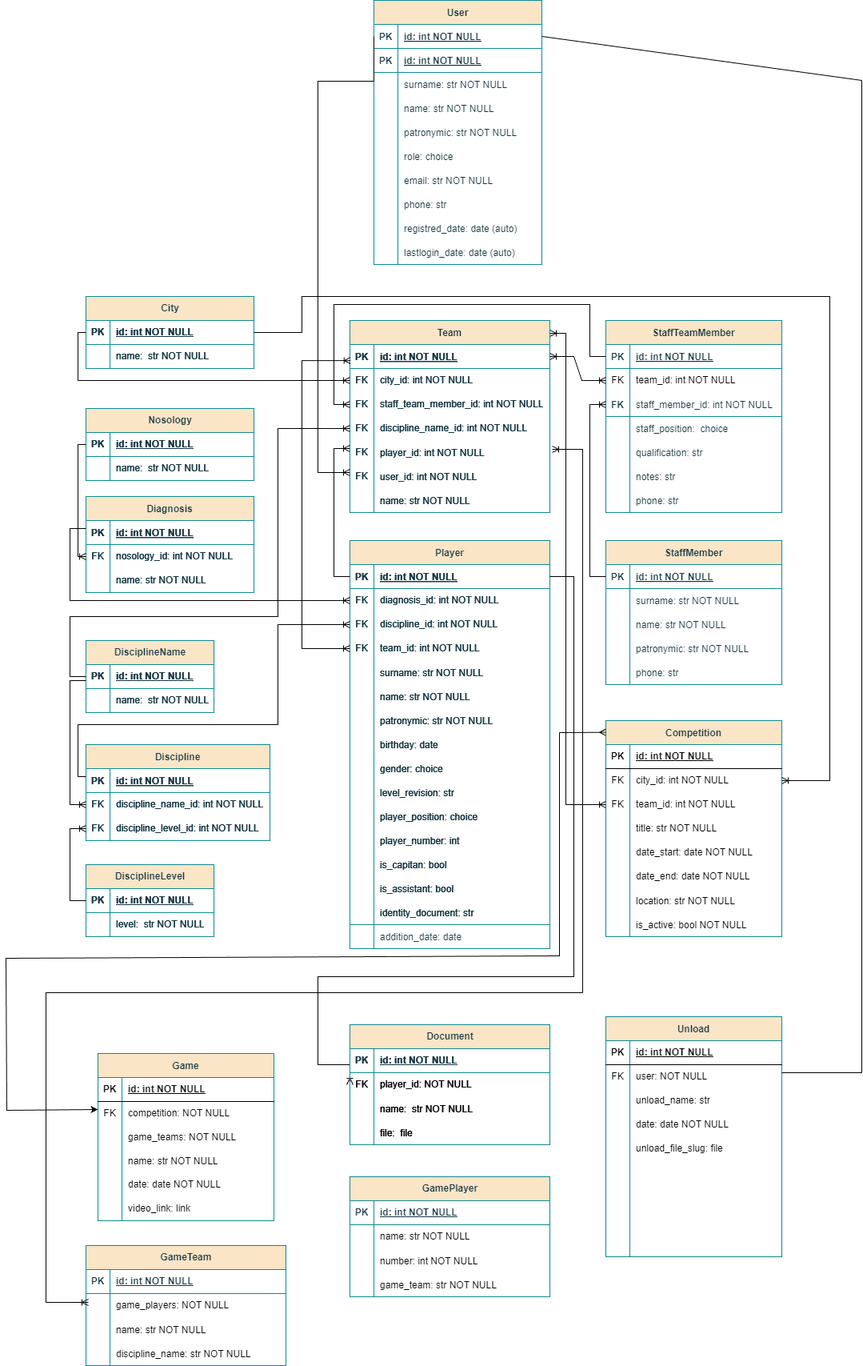
Studio-Yandex-Practicum/adaptive_hockey_federation keeps this draw.io diagram as docs/ER_Diagram.drawio.png. Above is the earlier version. Source tidied: cells renumbered, new cells last; positions are measured from the earlier drawing's top-left corner, leaving out a move shared by most shapes.
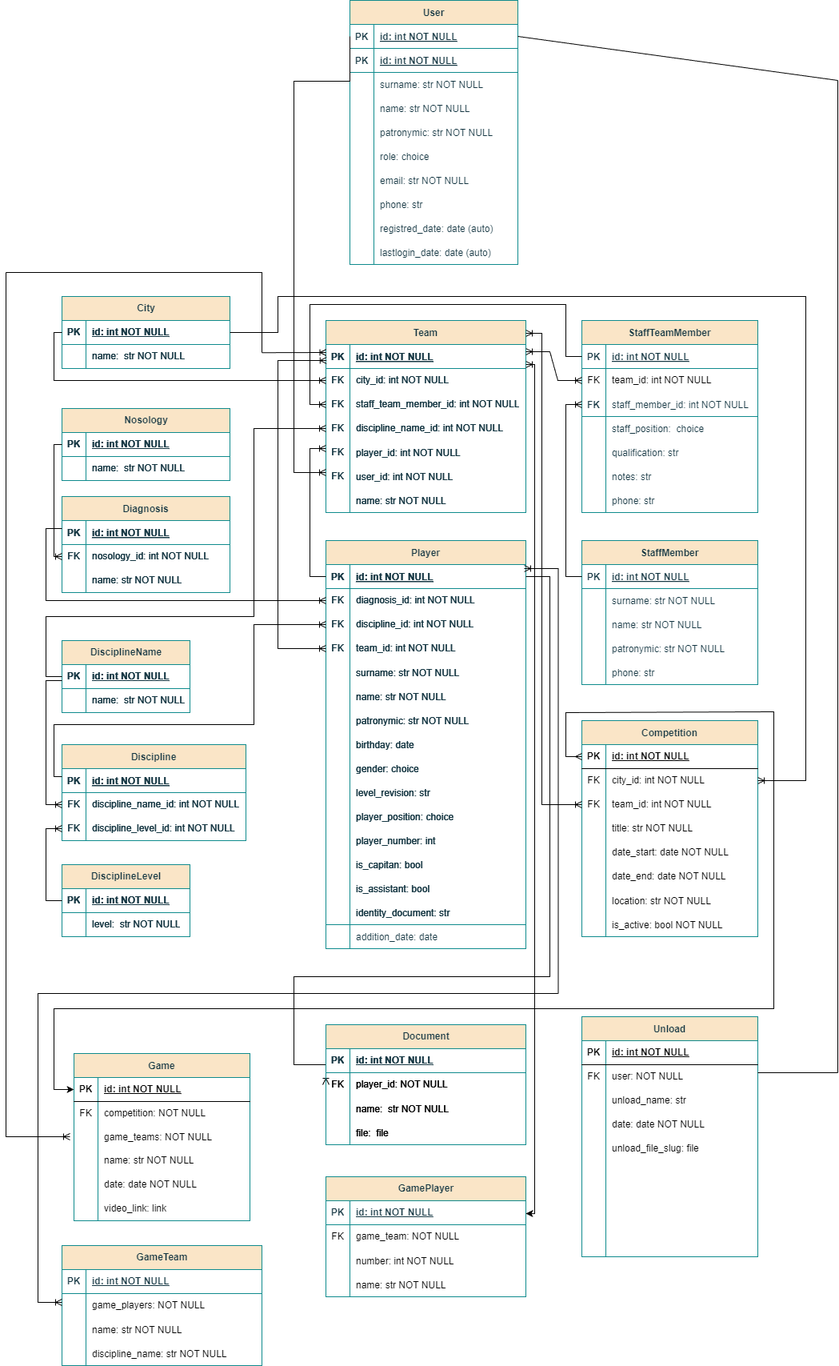
Above is the later version.

What changed in the source:
```diff
@@ -1677,12 +1677,20 @@
     <mxCell id="501" style="shape=partialRectangle;fillColor=none;top=0;left=0;bottom=0;right=0;overflow=hidden;whiteSpace=wrap;html=1;rounded=0;labelBackgroundColor=none;strokeColor=#0F8B8D;fontColor=#143642;" parent="500" vertex="1">
       <mxGeometry width="30" height="20" as="geometry" />
     </mxCell>
-    <mxCell id="502" style="edgeStyle=entityRelationEdgeStyle;fontSize=12;html=1;endArrow=ERoneToMany;startArrow=ERoneToMany;rounded=0;entryX=0;entryY=0.5;entryDx=0;entryDy=0;exitX=1;exitY=0.5;exitDx=0;exitDy=0;" parent="1" edge="1" source="379" target="360">
+    <mxCell id="502" style="edgeStyle=entityRelationEdgeStyle;fontSize=12;html=1;endArrow=ERoneToMany;startArrow=ERoneToMany;rounded=0;entryX=0;entryY=0.5;entryDx=0;entryDy=0;exitX=1;exitY=0.5;exitDx=0;exitDy=0;" parent="1" edge="1" target="360">
       <mxGeometry relative="1" as="geometry">
+        <mxPoint x="680" y="439" as="sourcePoint" />
         <Array as="points">
-          <mxPoint x="700" y="450" />
-          <mxPoint x="700" y="450" />
-          <mxPoint x="700" y="480" />
+          <mxPoint x="693" y="430" />
+          <mxPoint x="679" y="457" />
+          <mxPoint x="735" y="479" />
+          <mxPoint x="734" y="453" />
+          <mxPoint x="721" y="464" />
+          <mxPoint x="731" y="460" />
+          <mxPoint x="708" y="454" />
+          <mxPoint x="700" y="444" />
+          <mxPoint x="700" y="444" />
+          <mxPoint x="700" y="474" />
         </Array>
       </mxGeometry>
     </mxCell>
@@ -1780,8 +1788,9 @@
         </Array>
       </mxGeometry>
     </mxCell>
-    <mxCell id="530" style="edgeStyle=orthogonalEdgeStyle;fontSize=12;html=1;endArrow=ERoneToMany;startArrow=ERoneToMany;rounded=0;entryX=0;entryY=0.5;entryDx=0;entryDy=0;" parent="1" edge="1" source="378" target="511">
+    <mxCell id="530" style="edgeStyle=orthogonalEdgeStyle;fontSize=12;html=1;endArrow=ERoneToMany;startArrow=ERoneToMany;rounded=0;" parent="1" edge="1" source="378">
       <mxGeometry relative="1" as="geometry">
+        <mxPoint x="750" y="1005" as="targetPoint" />
         <Array as="points">
           <mxPoint x="700" y="416" />
           <mxPoint x="700" y="1005" />
@@ -1940,10 +1949,10 @@
     <mxCell id="578" style="shape=tableRow;horizontal=0;startSize=0;swimlaneHead=0;swimlaneBody=0;fillColor=none;top=0;left=0;right=0;bottom=0;" parent="574" vertex="1">
       <mxGeometry y="60" width="250" height="30" as="geometry" />
     </mxCell>
-    <mxCell id="579" style="shape=partialRectangle;fillColor=none;top=0;left=0;bottom=0;right=0;fontStyle=0;overflow=hidden;whiteSpace=wrap;html=1;" parent="578" vertex="1">
+    <mxCell id="579" value="FK" style="shape=partialRectangle;fillColor=none;top=0;left=0;bottom=0;right=0;fontStyle=0;overflow=hidden;whiteSpace=wrap;html=1;" parent="578" vertex="1">
       <mxGeometry width="30" height="30" as="geometry" />
     </mxCell>
-    <mxCell id="580" value="name: str NOT NULL" style="shape=partialRectangle;fillColor=none;top=0;left=0;bottom=0;right=0;align=left;spacingLeft=6;fontStyle=0;overflow=hidden;whiteSpace=wrap;html=1;" parent="578" vertex="1">
+    <mxCell id="580" value="&lt;span style=&quot;text-wrap: nowrap;&quot;&gt;game_team: NOT NULL&lt;/span&gt;" style="shape=partialRectangle;fillColor=none;top=0;left=0;bottom=0;right=0;align=left;spacingLeft=6;fontStyle=0;overflow=hidden;whiteSpace=wrap;html=1;" parent="578" vertex="1">
       <mxGeometry x="30" width="220" height="30" as="geometry" />
     </mxCell>
     <mxCell id="581" style="shape=tableRow;horizontal=0;startSize=0;swimlaneHead=0;swimlaneBody=0;fillColor=none;top=0;left=0;right=0;bottom=0;" parent="574" vertex="1">
@@ -1961,24 +1970,25 @@
     <mxCell id="585" style="shape=partialRectangle;fillColor=none;top=0;left=0;bottom=0;right=0;overflow=hidden;" parent="584" vertex="1">
       <mxGeometry width="30" height="30" as="geometry" />
     </mxCell>
-    <mxCell id="586" value="game_team: str NOT NULL" style="shape=partialRectangle;fillColor=none;top=0;left=0;bottom=0;right=0;align=left;spacingLeft=6;overflow=hidden;" parent="584" vertex="1">
+    <mxCell id="586" value="name: str NOT NULL" style="shape=partialRectangle;fillColor=none;top=0;left=0;bottom=0;right=0;align=left;spacingLeft=6;overflow=hidden;" parent="584" vertex="1">
       <mxGeometry x="30" width="220" height="30" as="geometry" />
     </mxCell>
-    <mxCell id="587" style="edgeStyle=orthogonalEdgeStyle;fontSize=12;html=1;endArrow=ERoneToMany;rounded=0;entryX=0;entryY=0.5;entryDx=0;entryDy=0;" parent="1" edge="1">
+    <mxCell id="587" style="edgeStyle=orthogonalEdgeStyle;fontSize=12;html=1;endArrow=ERoneToMany;rounded=0;" parent="1" edge="1">
       <mxGeometry relative="1" as="geometry">
-        <mxPoint x="721" y="1240" as="sourcePoint" />
-        <mxPoint x="103" y="1627" as="targetPoint" />
+        <mxPoint x="720" y="1241" as="sourcePoint" />
+        <mxPoint x="100" y="1627" as="targetPoint" />
         <Array as="points">
-          <mxPoint x="50" y="1627" />
+          <mxPoint x="70" y="1241" />
+          <mxPoint x="70" y="1627" />
         </Array>
       </mxGeometry>
     </mxCell>
-    <mxCell id="588" style="edgeStyle=orthogonalEdgeStyle;fontSize=12;html=1;endArrow=ERoneToMany;rounded=0;entryX=0.999;entryY=0.4;entryDx=0;entryDy=0;entryPerimeter=0;" parent="1" edge="1">
+    <mxCell id="588" style="edgeStyle=orthogonalEdgeStyle;fontSize=12;html=1;endArrow=ERoneToMany;rounded=0;entryX=1.002;entryY=0.158;entryDx=0;entryDy=0;entryPerimeter=0;" parent="1" edge="1">
       <mxGeometry relative="1" as="geometry">
-        <mxPoint x="721" y="1240" as="sourcePoint" />
-        <mxPoint x="683" y="561" as="targetPoint" />
+        <mxPoint x="720.5" y="1241.3" as="sourcePoint" />
+        <mxPoint x="678" y="710" as="targetPoint" />
         <Array as="points">
-          <mxPoint x="721.2" y="561" />
+          <mxPoint x="720.5" y="710.3" />
         </Array>
       </mxGeometry>
     </mxCell>
@@ -2039,22 +2049,54 @@
     <mxCell id="607" value="video_link: link" style="shape=partialRectangle;fillColor=none;top=0;left=0;bottom=0;right=0;align=left;spacingLeft=6;overflow=hidden;whiteSpace=wrap;html=1;" parent="605" vertex="1">
       <mxGeometry x="30" width="190" height="30" as="geometry" />
     </mxCell>
-    <mxCell id="608" style="edgeStyle=none;orthogonalLoop=1;jettySize=auto;html=1;rounded=0;endArrow=ERmany;endFill=0;" parent="1" edge="1">
-      <mxGeometry relative="1" as="geometry">
-        <mxPoint x="692" y="915" as="sourcePoint" />
-        <mxPoint x="750" y="914.7" as="targetPoint" />
-      </mxGeometry>
-    </mxCell>
-    <mxCell id="609" style="endArrow=classic;html=1;rounded=0;" parent="1" edge="1">
-      <mxGeometry relative="1" as="geometry">
-        <mxPoint x="692" y="915" as="sourcePoint" />
-        <mxPoint x="115" y="1386" as="targetPoint" />
-        <Array as="points">
-          <mxPoint x="692" y="1194" />
-          <mxPoint y="1197" />
-          <mxPoint x="1" y="1387" />
-        </Array>
-      </mxGeometry>
-    </mxCell>
+    <mxCell id="610" style="endArrow=classic;html=1;rounded=0;startArrow=ERoneToMany;startFill=0;entryX=1;entryY=0.533;entryDx=0;entryDy=0;entryPerimeter=0;" parent="1" edge="1" target="575">
+      <mxGeometry relative="1" as="geometry">
+        <mxPoint x="680" y="455" as="sourcePoint" />
+        <Array as="points">
+          <mxPoint x="691" y="455" />
+          <mxPoint x="691" y="1516.2" />
+        </Array>
+      </mxGeometry>
+    </mxCell>
+    <mxCell id="611" style="endArrow=classic;html=1;rounded=0;startArrow=ERmany;startFill=0;exitX=0;exitY=0.5;exitDx=0;exitDy=0;endFill=1;entryX=0;entryY=0.5;entryDx=0;entryDy=0;" parent="1" edge="1" source="505" target="590">
+      <mxGeometry relative="1" as="geometry">
+        <Array as="points">
+          <mxPoint x="730" y="945" />
+          <mxPoint x="730" y="920" />
+          <mxPoint x="730" y="890" />
+          <mxPoint x="990" y="889" />
+          <mxPoint x="990" y="1260" />
+          <mxPoint x="90" y="1260" />
+          <mxPoint x="90" y="1310" />
+          <mxPoint x="90" y="1361" />
+        </Array>
+      </mxGeometry>
+    </mxCell>
+    <mxCell id="612" style="endArrow=ERoneToMany;html=1;rounded=0;endFill=0;" parent="1" edge="1">
+      <mxGeometry relative="1" as="geometry">
+        <mxPoint x="30" y="1420" as="sourcePoint" />
+        <mxPoint x="110" y="1420" as="targetPoint" />
+        <Array as="points">
+          <mxPoint x="30" y="340" />
+          <mxPoint x="30" y="1420" />
+        </Array>
+      </mxGeometry>
+    </mxCell>
+    <mxCell id="613" style="endArrow=none;html=1;rounded=0;" parent="1" edge="1">
+      <mxGeometry relative="1" as="geometry">
+        <mxPoint x="30" y="340" as="sourcePoint" />
+        <mxPoint x="350" y="340" as="targetPoint" />
+        <Array as="points">
+          <mxPoint x="350" y="340" />
+          <mxPoint x="350" y="440" />
+        </Array>
+      </mxGeometry>
+    </mxCell>
+    <mxCell id="614" style="endArrow=ERoneToMany;html=1;rounded=0;entryX=0.002;entryY=0.192;entryDx=0;entryDy=0;entryPerimeter=0;endFill=0;" parent="1" edge="1">
+      <mxGeometry relative="1" as="geometry">
+        <mxPoint x="350" y="440.2" as="sourcePoint" />
+        <mxPoint x="430.5" y="440" as="targetPoint" />
+      </mxGeometry>
+    </mxCell>
   </root>
 </mxGraphModel>
```
